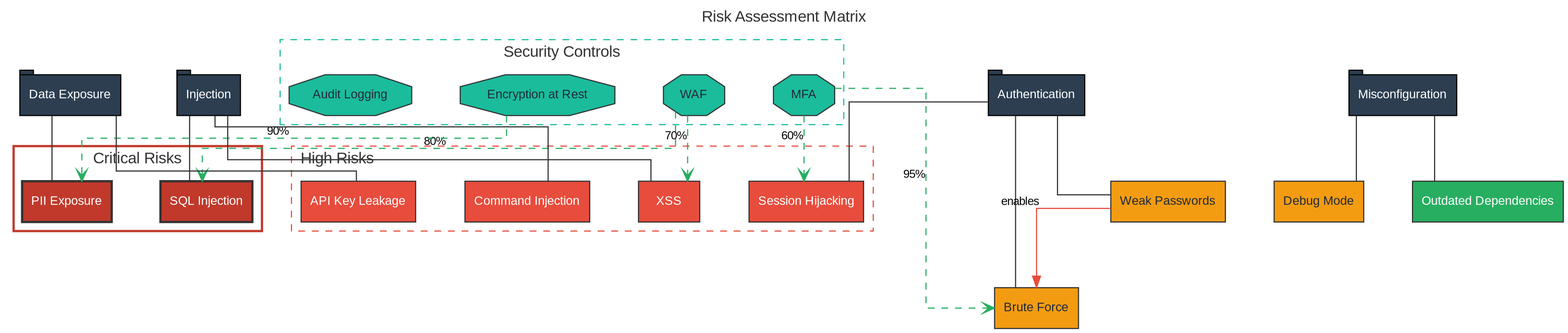
vulnex/usecvislib-gallery keeps this Graphviz diagram as 05 Custom Diagrams/security/risk-matrix (toml)/diagram.png. Above is the earlier version. Its source is kept beside it as 05 Custom Diagrams/security/risk-matrix (toml)/diagram.dot. The source it was exported from:
```dot
digraph Risk_Assessment_Matrix {
	graph [bb="0,0,1374.5,286",
		bgcolor=white,
		fontcolor="#333333",
		fontname=Arial,
		fontsize=14,
		label="Risk Assessment Matrix",
		labelloc=t,
		lheight=0.21,
		lp="687.25,274.5",
		lwidth=2.01,
		nodesep=0.6,
		rankdir=TB,
		ranksep=0.8,
		splines=ortho
	];
	node [fontcolor="#333333",
		fontname=Arial,
		fontsize=11,
		label="\N",
		style=filled
	];
	edge [color="#666666",
		fontname=Arial,
		fontsize=10,
		penwidth=1
	];
	subgraph cluster_critical_risks {
		graph [bb="8,86,227,161",
			color="#C0392B",
			label="Critical Risks",
			lheight=0.21,
			lp="117.5,149.5",
			lwidth=1.10,
			style=bold
		];
		sql_injection	[color="#333333",
			fillcolor="#C0392B",
			fontcolor=white,
			height=0.5,
			label="SQL Injection",
			pos="178,112",
			shape=box,
			style="filled,bold",
			width=1.125];
		pii_exposure	[color="#333333",
			fillcolor="#C0392B",
			fontcolor=white,
			height=0.5,
			label="PII Exposure",
			pos="55,112",
			shape=box,
			style="filled,bold",
			width=1.0972];
	}
	subgraph cluster_high_risks {
		graph [bb="253,86,766,161",
			color="#E74C3C",
			label="High Risks",
			labeljust=l,
			lheight=0.21,
			lp="293.5,149.5",
			lwidth=0.90,
			style=dashed
		];
		cmd_injection	[color="#333333",
			fillcolor="#E74C3C",
			fontcolor=white,
			height=0.5,
			label="Command Injection",
			pos="461,112",
			shape=box,
			width=1.5278];
		xss	[color="#333333",
			fillcolor="#E74C3C",
			fontcolor=white,
			height=0.5,
			label=XSS,
			pos="586,112",
			shape=box,
			width=0.75];
		session_hijack	[color="#333333",
			fillcolor="#E74C3C",
			fontcolor=white,
			height=0.5,
			label="Session Hijacking",
			pos="707,112",
			shape=box,
			width=1.4028];
		api_keys_exposed	[color="#333333",
			fillcolor="#E74C3C",
			fontcolor=white,
			height=0.5,
			label="API Key Leakage",
			pos="312,112",
			shape=box,
			width=1.4028];
	}
	subgraph cluster_controls {
		graph [bb="243,180,740,255",
			color="#1ABC9C",
			label="Security Controls",
			lheight=0.21,
			lp="491.5,243.5",
			lwidth=1.43,
			style=dashed
		];
		waf	[color="#333333",
			fillcolor="#1ABC9C",
			fontcolor="#1f2937",
			height=0.5,
			label=WAF,
			pos="608,206",
			shape=octagon,
			width=0.75];
		encryption	[color="#333333",
			fillcolor="#1ABC9C",
			fontcolor="#1f2937",
			height=0.5,
			label="Encryption at Rest",
			pos="470,206",
			shape=octagon,
			width=1.8984];
		mfa	[color="#333333",
			fillcolor="#1ABC9C",
			fontcolor="#1f2937",
			height=0.5,
			label=MFA,
			pos="705,206",
			shape=octagon,
			width=0.75];
		audit_logs	[color="#333333",
			fillcolor="#1ABC9C",
			fontcolor="#1f2937",
			height=0.5,
			label="Audit Logging",
			pos="305,206",
			shape=octagon,
			width=1.5006];
	}
	waf -> sql_injection	[arrowhead=vee,
		color="#27AE60",
		pos="e,174.4,130.04 591.67,191.39 591.67,177.59 591.67,159 591.67,159 591.67,159 174.4,159 174.4,159 174.4,159 174.4,140.04 174.4,140.04",
		style=dashed,
		xlabel="80%",
		xlp="379.75,164.5"];
	waf -> xss	[arrowhead=vee,
		color="#27AE60",
		pos="e,602.33,130.07 602.33,187.88 602.33,187.88 602.33,140.07 602.33,140.07",
		style=dashed,
		xlabel="70%",
		xlp="592.33,169.47"];
	encryption -> pii_exposure	[arrowhead=vee,
		color="#27AE60",
		pos="e,68.167,130.03 442.67,187.89 442.67,178.1 442.67,168 442.67,168 442.67,168 68.167,168 68.167,168 68.167,168 68.167,140.03 68.167,\
140.03",
		style=dashed,
		xlabel="90%",
		xlp="241.38,173.5"];
	mfa -> session_hijack	[arrowhead=vee,
		color="#27AE60",
		pos="e,705,130.07 705,187.88 705,187.88 705,140.07 705,140.07",
		style=dashed,
		xlabel="60%",
		xlp="695,169.47"];
	brute_force	[color="#333333",
		fillcolor="#F39C12",
		fontcolor="#1f2937",
		height=0.5,
		label="Brute Force",
		pos="910,18",
		shape=box,
		width=1.0278];
	mfa -> brute_force	[arrowhead=vee,
		color="#27AE60",
		pos="e,872.86,18 732.13,212 763.97,212 812.5,212 812.5,212 812.5,212 812.5,18 812.5,18 812.5,18 862.86,18 862.86,18",
		style=dashed,
		xlabel="95%",
		xlp="802.5,135.51"];
	cat_injection	[fillcolor="#2C3E50",
		fontcolor=white,
		height=0.5,
		label=Injection,
		pos="180,206",
		shape=tab,
		width=0.77778];
	cat_injection -> sql_injection	[arrowhead=none,
		color="#333333",
		pos="163.2,187.88 163.2,171.23 163.2,146.7 163.2,130.07",
		style=solid];
	cat_injection -> cmd_injection	[arrowhead=none,
		color="#333333",
		pos="185.6,187.79 185.6,182.45 185.6,178 185.6,178 185.6,178 479.33,178 479.33,178 479.33,178 479.33,149.58 479.33,130.03",
		style=solid];
	cat_injection -> xss	[arrowhead=none,
		color="#333333",
		pos="196.8,187.96 196.8,171.27 196.8,149 196.8,149 196.8,149 570,149 570,149 570,149 570,139.46 570,130.07",
		style=solid];
	cat_auth	[fillcolor="#2C3E50",
		fontcolor=white,
		height=0.5,
		label=Authentication,
		pos="910,206",
		shape=tab,
		width=1.1806];
	cat_auth -> session_hijack	[arrowhead=none,
		color="#333333",
		pos="867.44,200 818.48,200 744.75,200 744.75,200 744.75,200 744.75,156.01 744.75,130.23",
		style=solid];
	weak_password	[color="#333333",
		fillcolor="#F39C12",
		fontcolor="#1f2937",
		height=0.5,
		label="Weak Passwords",
		pos="1026,112",
		shape=box,
		width=1.4028];
	cat_auth -> weak_password	[arrowhead=none,
		color="#333333",
		pos="928.5,187.77 928.5,161.99 928.5,118 928.5,118 928.5,118 951.56,118 975.25,118",
		style=solid];
	cat_auth -> brute_force	[arrowhead=none,
		color="#333333",
		pos="891.5,187.97 891.5,152.13 891.5,72.271 891.5,36.248",
		style=solid];
	cat_data	[fillcolor="#2C3E50",
		fontcolor=white,
		height=0.5,
		label="Data Exposure",
		pos="58,206",
		shape=tab,
		width=1.2361];
	cat_data -> pii_exposure	[arrowhead=none,
		color="#333333",
		pos="41.833,187.88 41.833,171.23 41.833,146.7 41.833,130.07",
		style=solid];
	cat_data -> api_keys_exposed	[arrowhead=none,
		color="#333333",
		pos="98.5,187.69 98.5,167.85 98.5,139 98.5,139 98.5,139 310.26,139 310.26,139 310.26,139 310.26,135.04 310.26,130.16",
		style=solid];
	cat_config	[fillcolor="#2C3E50",
		fontcolor=white,
		height=0.5,
		label=Misconfiguration,
		pos="1233,206",
		shape=tab,
		width=1.3194];
	debug_enabled	[color="#333333",
		fillcolor="#F39C12",
		fontcolor="#1f2937",
		height=0.5,
		label="Debug Mode",
		pos="1159,112",
		shape=box,
		width=1.0972];
	cat_config -> debug_enabled	[arrowhead=none,
		color="#333333",
		pos="1192,187.88 1192,171.23 1192,146.7 1192,130.07",
		style=solid];
	outdated_deps	[color="#333333",
		fillcolor="#27AE60",
		fontcolor=white,
		height=0.5,
		label="Outdated Dependencies",
		pos="1308,112",
		shape=box,
		width=1.8472];
	cat_config -> outdated_deps	[arrowhead=none,
		color="#333333",
		pos="1261,187.88 1261,171.23 1261,146.7 1261,130.07",
		style=solid];
	weak_password -> brute_force	[arrowhead=normal,
		color="#E74C3C",
		pos="e,910,36.234 975.46,106 944.2,106 910,106 910,106 910,106 910,46.234 910,46.234",
		style=solid,
		xlabel=enables,
		xlp="895.85,111.5"];
}
```
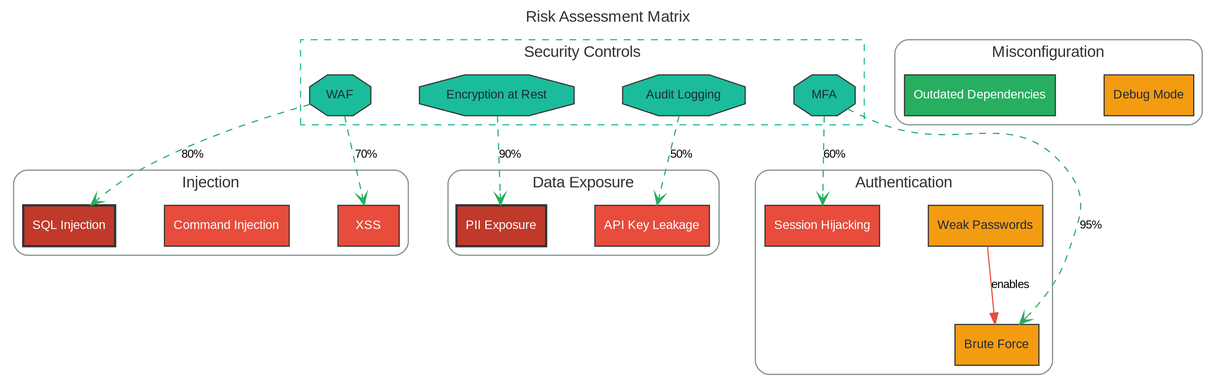
After the change.

Diff of the diagram source:
```diff
@@ -1,5 +1,5 @@
 digraph Risk_Assessment_Matrix {
-	graph [bb="0,0,1374.5,286",
+	graph [bb="0,0,1064,334",
 		bgcolor=white,
 		fontcolor="#333333",
 		fontname=Arial,
@@ -7,12 +7,12 @@
 		label="Risk Assessment Matrix",
 		labelloc=t,
 		lheight=0.21,
-		lp="687.25,274.5",
+		lp="532,322.5",
 		lwidth=2.01,
 		nodesep=0.6,
 		rankdir=TB,
 		ranksep=0.8,
-		splines=ortho
+		splines=spline
 	];
 	node [fontcolor="#333333",
 		fontname=Arial,
@@ -25,50 +25,30 @@
 		fontsize=10,
 		penwidth=1
 	];
-	subgraph cluster_critical_risks {
-		graph [bb="8,86,227,161",
-			color="#C0392B",
-			label="Critical Risks",
+	subgraph cluster_injection {
+		graph [bb="8,113,356,188",
+			color="#7F8C8D",
+			label=Injection,
 			lheight=0.21,
-			lp="117.5,149.5",
-			lwidth=1.10,
-			style=bold
+			lp="182,176.5",
+			lwidth=0.71,
+			style=rounded
 		];
 		sql_injection	[color="#333333",
 			fillcolor="#C0392B",
 			fontcolor=white,
 			height=0.5,
 			label="SQL Injection",
-			pos="178,112",
+			pos="57,139",
 			shape=box,
 			style="filled,bold",
 			width=1.125];
-		pii_exposure	[color="#333333",
-			fillcolor="#C0392B",
-			fontcolor=white,
-			height=0.5,
-			label="PII Exposure",
-			pos="55,112",
-			shape=box,
-			style="filled,bold",
-			width=1.0972];
-	}
-	subgraph cluster_high_risks {
-		graph [bb="253,86,766,161",
-			color="#E74C3C",
-			label="High Risks",
-			labeljust=l,
-			lheight=0.21,
-			lp="293.5,149.5",
-			lwidth=0.90,
-			style=dashed
-		];
 		cmd_injection	[color="#333333",
 			fillcolor="#E74C3C",
 			fontcolor=white,
 			height=0.5,
 			label="Command Injection",
-			pos="461,112",
+			pos="196,139",
 			shape=box,
 			width=1.5278];
 		xss	[color="#333333",
@@ -76,32 +56,109 @@
 			fontcolor=white,
 			height=0.5,
 			label=XSS,
-			pos="586,112",
+			pos="321,139",
 			shape=box,
 			width=0.75];
+	}
+	subgraph cluster_authentication {
+		graph [bb="662,8,924,188",
+			color="#7F8C8D",
+			label=Authentication,
+			lheight=0.21,
+			lp="793,176.5",
+			lwidth=1.19,
+			style=rounded
+		];
+		weak_password	[color="#333333",
+			fillcolor="#F39C12",
+			fontcolor="#1f2937",
+			height=0.5,
+			label="Weak Passwords",
+			pos="865,139",
+			shape=box,
+			width=1.4028];
+		brute_force	[color="#333333",
+			fillcolor="#F39C12",
+			fontcolor="#1f2937",
+			height=0.5,
+			label="Brute Force",
+			pos="875,34",
+			shape=box,
+			width=1.0278];
+		weak_password -> brute_force	[arrowhead=normal,
+			color="#E74C3C",
+			label=enables,
+			lp="887,86.5",
+			pos="e,873.35,52.034 866.65,120.99 868.21,104.96 870.56,80.687 872.38,62.011",
+			style=solid];
 		session_hijack	[color="#333333",
 			fillcolor="#E74C3C",
 			fontcolor=white,
 			height=0.5,
 			label="Session Hijacking",
-			pos="707,112",
+			pos="721,139",
 			shape=box,
 			width=1.4028];
+	}
+	subgraph cluster_data_exposure {
+		graph [bb="391,113,630,188",
+			color="#7F8C8D",
+			label="Data Exposure",
+			lheight=0.21,
+			lp="510.5,176.5",
+			lwidth=1.25,
+			style=rounded
+		];
+		pii_exposure	[color="#333333",
+			fillcolor="#C0392B",
+			fontcolor=white,
+			height=0.5,
+			label="PII Exposure",
+			pos="438,139",
+			shape=box,
+			style="filled,bold",
+			width=1.0972];
 		api_keys_exposed	[color="#333333",
 			fillcolor="#E74C3C",
 			fontcolor=white,
 			height=0.5,
 			label="API Key Leakage",
-			pos="312,112",
+			pos="571,139",
 			shape=box,
 			width=1.4028];
 	}
+	subgraph cluster_misconfiguration {
+		graph [bb="785,228,1056,303",
+			color="#7F8C8D",
+			label=Misconfiguration,
+			lheight=0.21,
+			lp="920.5,291.5",
+			lwidth=1.39,
+			style=rounded
+		];
+		debug_enabled	[color="#333333",
+			fillcolor="#F39C12",
+			fontcolor="#1f2937",
+			height=0.5,
+			label="Debug Mode",
+			pos="1009,254",
+			shape=box,
+			width=1.0972];
+		outdated_deps	[color="#333333",
+			fillcolor="#27AE60",
+			fontcolor=white,
+			height=0.5,
+			label="Outdated Dependencies",
+			pos="860,254",
+			shape=box,
+			width=1.8472];
+	}
 	subgraph cluster_controls {
-		graph [bb="243,180,740,255",
+		graph [bb="261,228,758,303",
 			color="#1ABC9C",
 			label="Security Controls",
 			lheight=0.21,
-			lp="491.5,243.5",
+			lp="509.5,291.5",
 			lwidth=1.43,
 			style=dashed
 		];
@@ -110,7 +167,7 @@
 			fontcolor="#1f2937",
 			height=0.5,
 			label=WAF,
-			pos="608,206",
+			pos="296,254",
 			shape=octagon,
 			width=0.75];
 		encryption	[color="#333333",
@@ -118,7 +175,7 @@
 			fontcolor="#1f2937",
 			height=0.5,
 			label="Encryption at Rest",
-			pos="470,206",
+			pos="434,254",
 			shape=octagon,
 			width=1.8984];
 		mfa	[color="#333333",
@@ -126,7 +183,7 @@
 			fontcolor="#1f2937",
 			height=0.5,
 			label=MFA,
-			pos="705,206",
+			pos="723,254",
 			shape=octagon,
 			width=0.75];
 		audit_logs	[color="#333333",
@@ -134,145 +191,45 @@
 			fontcolor="#1f2937",
 			height=0.5,
 			label="Audit Logging",
-			pos="305,206",
+			pos="599,254",
 			shape=octagon,
 			width=1.5006];
 	}
 	waf -> sql_injection	[arrowhead=vee,
 		color="#27AE60",
-		pos="e,174.4,130.04 591.67,191.39 591.67,177.59 591.67,159 591.67,159 591.67,159 174.4,159 174.4,159 174.4,159 174.4,140.04 174.4,140.04",
-		style=dashed,
-		xlabel="80%",
-		xlp="379.75,164.5"];
+		label="80%",
+		lp="166,201.5",
+		pos="e,76.02,157.21 269.41,246.01 233.8,236.04 169.27,215.81 119,188 106.78,181.24 94.401,172.19 83.949,163.77",
+		style=dashed];
 	waf -> xss	[arrowhead=vee,
 		color="#27AE60",
-		pos="e,602.33,130.07 602.33,187.88 602.33,187.88 602.33,140.07 602.33,140.07",
-		style=dashed,
-		xlabel="70%",
-		xlp="592.33,169.47"];
+		label="70%",
+		lp="319,201.5",
+		pos="e,317.17,157.32 299.8,235.84 303.84,217.59 310.28,188.46 315,167.1",
+		style=dashed];
 	encryption -> pii_exposure	[arrowhead=vee,
 		color="#27AE60",
-		pos="e,68.167,130.03 442.67,187.89 442.67,178.1 442.67,168 442.67,168 442.67,168 68.167,168 68.167,168 68.167,168 68.167,140.03 68.167,\
-140.03",
-		style=dashed,
-		xlabel="90%",
-		xlp="241.38,173.5"];
+		label="90%",
+		lp="446,201.5",
+		pos="e,437.39,157.32 434.61,235.84 435.25,217.67 436.28,188.72 437.03,167.39",
+		style=dashed];
+	mfa -> brute_force	[arrowhead=vee,
+		color="#27AE60",
+		label="95%",
+		lp="958,139",
+		pos="e,894.91,52.216 743.33,242.02 752.77,237.24 764.25,231.86 775,228 844.79,202.91 891.27,246.39 937,188 957.55,161.76 947.22,144.73 \
+937,113 930.42,92.578 915.66,73.635 902.2,59.532",
+		style=dashed];
 	mfa -> session_hijack	[arrowhead=vee,
 		color="#27AE60",
-		pos="e,705,130.07 705,187.88 705,187.88 705,140.07 705,140.07",
-		style=dashed,
-		xlabel="60%",
-		xlp="695,169.47"];
-	brute_force	[color="#333333",
-		fillcolor="#F39C12",
-		fontcolor="#1f2937",
-		height=0.5,
-		label="Brute Force",
-		pos="910,18",
-		shape=box,
-		width=1.0278];
-	mfa -> brute_force	[arrowhead=vee,
+		label="60%",
+		lp="732,201.5",
+		pos="e,721.31,157.32 722.7,235.84 722.37,217.67 721.86,188.72 721.48,167.39",
+		style=dashed];
+	audit_logs -> api_keys_exposed	[arrowhead=vee,
 		color="#27AE60",
-		pos="e,872.86,18 732.13,212 763.97,212 812.5,212 812.5,212 812.5,212 812.5,18 812.5,18 812.5,18 862.86,18 862.86,18",
-		style=dashed,
-		xlabel="95%",
-		xlp="802.5,135.51"];
-	cat_injection	[fillcolor="#2C3E50",
-		fontcolor=white,
-		height=0.5,
-		label=Injection,
-		pos="180,206",
-		shape=tab,
-		width=0.77778];
-	cat_injection -> sql_injection	[arrowhead=none,
-		color="#333333",
-		pos="163.2,187.88 163.2,171.23 163.2,146.7 163.2,130.07",
-		style=solid];
-	cat_injection -> cmd_injection	[arrowhead=none,
-		color="#333333",
-		pos="185.6,187.79 185.6,182.45 185.6,178 185.6,178 185.6,178 479.33,178 479.33,178 479.33,178 479.33,149.58 479.33,130.03",
-		style=solid];
-	cat_injection -> xss	[arrowhead=none,
-		color="#333333",
-		pos="196.8,187.96 196.8,171.27 196.8,149 196.8,149 196.8,149 570,149 570,149 570,149 570,139.46 570,130.07",
-		style=solid];
-	cat_auth	[fillcolor="#2C3E50",
-		fontcolor=white,
-		height=0.5,
-		label=Authentication,
-		pos="910,206",
-		shape=tab,
-		width=1.1806];
-	cat_auth -> session_hijack	[arrowhead=none,
-		color="#333333",
-		pos="867.44,200 818.48,200 744.75,200 744.75,200 744.75,200 744.75,156.01 744.75,130.23",
-		style=solid];
-	weak_password	[color="#333333",
-		fillcolor="#F39C12",
-		fontcolor="#1f2937",
-		height=0.5,
-		label="Weak Passwords",
-		pos="1026,112",
-		shape=box,
-		width=1.4028];
-	cat_auth -> weak_password	[arrowhead=none,
-		color="#333333",
-		pos="928.5,187.77 928.5,161.99 928.5,118 928.5,118 928.5,118 951.56,118 975.25,118",
-		style=solid];
-	cat_auth -> brute_force	[arrowhead=none,
-		color="#333333",
-		pos="891.5,187.97 891.5,152.13 891.5,72.271 891.5,36.248",
-		style=solid];
-	cat_data	[fillcolor="#2C3E50",
-		fontcolor=white,
-		height=0.5,
-		label="Data Exposure",
-		pos="58,206",
-		shape=tab,
-		width=1.2361];
-	cat_data -> pii_exposure	[arrowhead=none,
-		color="#333333",
-		pos="41.833,187.88 41.833,171.23 41.833,146.7 41.833,130.07",
-		style=solid];
-	cat_data -> api_keys_exposed	[arrowhead=none,
-		color="#333333",
-		pos="98.5,187.69 98.5,167.85 98.5,139 98.5,139 98.5,139 310.26,139 310.26,139 310.26,139 310.26,135.04 310.26,130.16",
-		style=solid];
-	cat_config	[fillcolor="#2C3E50",
-		fontcolor=white,
-		height=0.5,
-		label=Misconfiguration,
-		pos="1233,206",
-		shape=tab,
-		width=1.3194];
-	debug_enabled	[color="#333333",
-		fillcolor="#F39C12",
-		fontcolor="#1f2937",
-		height=0.5,
-		label="Debug Mode",
-		pos="1159,112",
-		shape=box,
-		width=1.0972];
-	cat_config -> debug_enabled	[arrowhead=none,
-		color="#333333",
-		pos="1192,187.88 1192,171.23 1192,146.7 1192,130.07",
-		style=solid];
-	outdated_deps	[color="#333333",
-		fillcolor="#27AE60",
-		fontcolor=white,
-		height=0.5,
-		label="Outdated Dependencies",
-		pos="1308,112",
-		shape=box,
-		width=1.8472];
-	cat_config -> outdated_deps	[arrowhead=none,
-		color="#333333",
-		pos="1261,187.88 1261,171.23 1261,146.7 1261,130.07",
-		style=solid];
-	weak_password -> brute_force	[arrowhead=normal,
-		color="#E74C3C",
-		pos="e,910,36.234 975.46,106 944.2,106 910,106 910,106 910,106 910,46.234 910,46.234",
-		style=solid,
-		xlabel=enables,
-		xlp="895.85,111.5"];
+		label="50%",
+		lp="597,201.5",
+		pos="e,575.29,157.32 594.75,235.84 590.22,217.59 583.01,188.46 577.72,167.1",
+		style=dashed];
 }
```
